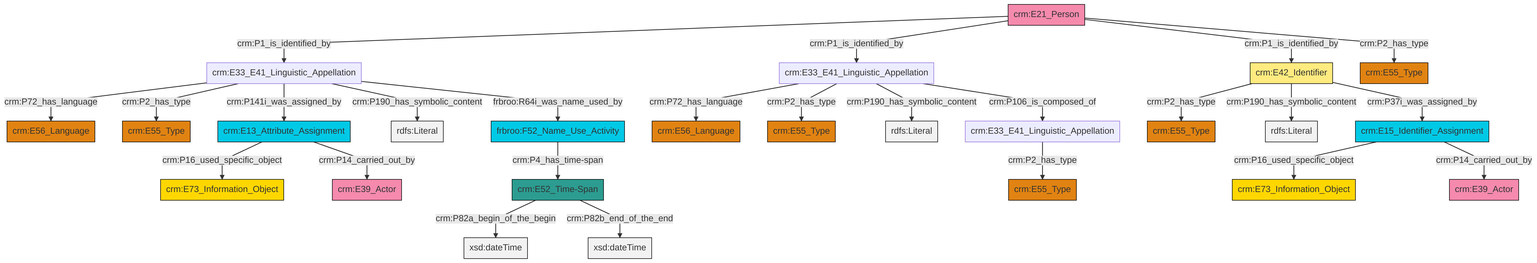
Above: et/personCSV/ttl/mmd/png/Person_Names_and_Classification.png in swiss-art-research-net/reference-data-models (Mermaid), before the change. Its source is kept beside it as et/personCSV/ttl/mmd/Person_Names_and_Classification.ttl.mmd.
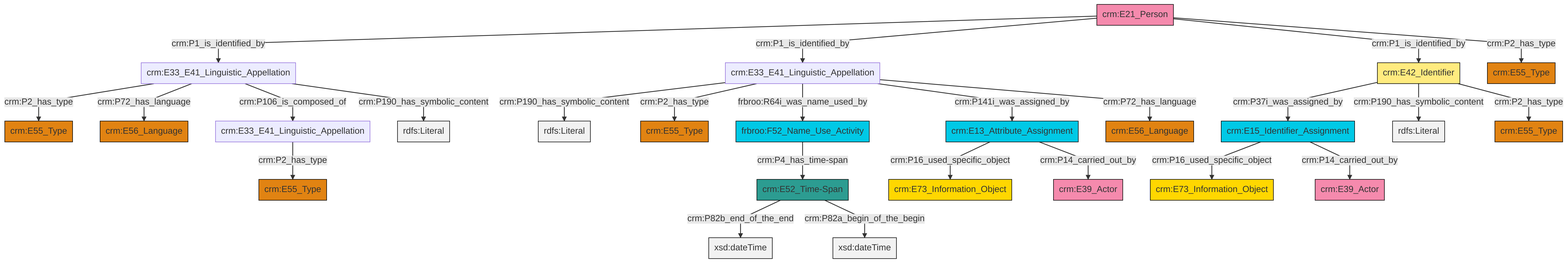
After the commit.

Change to the diagram source:
```diff
@@ -13,27 +13,27 @@
 classDef PC_Classes fill:#4ce600, stroke:#000000;
 classDef Multi fill:#cccccc,stroke:#000000;
 
-2["crm:E33_E41_Linguistic_Appellation"]:::Default -->|crm:P72_has_language| 3["crm:E56_Language"]:::Type
-6["crm:E42_Identifier"]:::Appellation -->|crm:P2_has_type| 7["crm:E55_Type"]:::Type
-8["crm:E13_Attribute_Assignment"]:::Temporal_Entity -->|crm:P16_used_specific_object| 9["crm:E73_Information_Object"]:::Conceptual_Object
-12["crm:E33_E41_Linguistic_Appellation"]:::Default -->|crm:P72_has_language| 10["crm:E56_Language"]:::Type
-13["crm:E21_Person"]:::Actor -->|crm:P1_is_identified_by| 12["crm:E33_E41_Linguistic_Appellation"]:::Default
-8["crm:E13_Attribute_Assignment"]:::Temporal_Entity -->|crm:P14_carried_out_by| 14["crm:E39_Actor"]:::Actor
-2["crm:E33_E41_Linguistic_Appellation"]:::Default -->|crm:P2_has_type| 15["crm:E55_Type"]:::Type
-12["crm:E33_E41_Linguistic_Appellation"]:::Default -->|crm:P2_has_type| 18["crm:E55_Type"]:::Type
-2["crm:E33_E41_Linguistic_Appellation"]:::Default -->|crm:P190_has_symbolic_content| 19[rdfs:Literal]:::Literal
-20["frbroo:F52_Name_Use_Activity"]:::Temporal_Entity -->|crm:P4_has_time-span| 21["crm:E52_Time-Span"]:::Time-Span
-21["crm:E52_Time-Span"]:::Time-Span -->|crm:P82a_begin_of_the_begin| 24[xsd:dateTime]:::Literal
-21["crm:E52_Time-Span"]:::Time-Span -->|crm:P82b_end_of_the_end| 25[xsd:dateTime]:::Literal
-12["crm:E33_E41_Linguistic_Appellation"]:::Default -->|crm:P141i_was_assigned_by| 8["crm:E13_Attribute_Assignment"]:::Temporal_Entity
-27["crm:E33_E41_Linguistic_Appellation"]:::Default -->|crm:P2_has_type| 0["crm:E55_Type"]:::Type
-13["crm:E21_Person"]:::Actor -->|crm:P1_is_identified_by| 2["crm:E33_E41_Linguistic_Appellation"]:::Default
-6["crm:E42_Identifier"]:::Appellation -->|crm:P190_has_symbolic_content| 29[rdfs:Literal]:::Literal
-36["crm:E15_Identifier_Assignment"]:::Temporal_Entity -->|crm:P16_used_specific_object| 22["crm:E73_Information_Object"]:::Conceptual_Object
-12["crm:E33_E41_Linguistic_Appellation"]:::Default -->|crm:P190_has_symbolic_content| 40[rdfs:Literal]:::Literal
-13["crm:E21_Person"]:::Actor -->|crm:P1_is_identified_by| 6["crm:E42_Identifier"]:::Appellation
-6["crm:E42_Identifier"]:::Appellation -->|crm:P37i_was_assigned_by| 36["crm:E15_Identifier_Assignment"]:::Temporal_Entity
-13["crm:E21_Person"]:::Actor -->|crm:P2_has_type| 31["crm:E55_Type"]:::Type
-36["crm:E15_Identifier_Assignment"]:::Temporal_Entity -->|crm:P14_carried_out_by| 4["crm:E39_Actor"]:::Actor
-12["crm:E33_E41_Linguistic_Appellation"]:::Default -->|frbroo:R64i_was_name_used_by| 20["frbroo:F52_Name_Use_Activity"]:::Temporal_Entity
-2["crm:E33_E41_Linguistic_Appellation"]:::Default -->|crm:P106_is_composed_of| 27["crm:E33_E41_Linguistic_Appellation"]:::Default
+2["crm:E33_E41_Linguistic_Appellation"]:::Default -->|crm:P2_has_type| 3["crm:E55_Type"]:::Type
+6["crm:E42_Identifier"]:::Appellation -->|crm:P37i_was_assigned_by| 7["crm:E15_Identifier_Assignment"]:::Temporal_Entity
+7["crm:E15_Identifier_Assignment"]:::Temporal_Entity -->|crm:P16_used_specific_object| 10["crm:E73_Information_Object"]:::Conceptual_Object
+6["crm:E42_Identifier"]:::Appellation -->|crm:P190_has_symbolic_content| 14[rdfs:Literal]:::Literal
+15["crm:E13_Attribute_Assignment"]:::Temporal_Entity -->|crm:P16_used_specific_object| 16["crm:E73_Information_Object"]:::Conceptual_Object
+0["crm:E33_E41_Linguistic_Appellation"]:::Default -->|crm:P2_has_type| 17["crm:E55_Type"]:::Type
+2["crm:E33_E41_Linguistic_Appellation"]:::Default -->|crm:P72_has_language| 4["crm:E56_Language"]:::Type
+18["crm:E21_Person"]:::Actor -->|crm:P1_is_identified_by| 2["crm:E33_E41_Linguistic_Appellation"]:::Default
+7["crm:E15_Identifier_Assignment"]:::Temporal_Entity -->|crm:P14_carried_out_by| 19["crm:E39_Actor"]:::Actor
+21["crm:E33_E41_Linguistic_Appellation"]:::Default -->|crm:P190_has_symbolic_content| 22[rdfs:Literal]:::Literal
+18["crm:E21_Person"]:::Actor -->|crm:P1_is_identified_by| 21["crm:E33_E41_Linguistic_Appellation"]:::Default
+2["crm:E33_E41_Linguistic_Appellation"]:::Default -->|crm:P106_is_composed_of| 0["crm:E33_E41_Linguistic_Appellation"]:::Default
+21["crm:E33_E41_Linguistic_Appellation"]:::Default -->|crm:P2_has_type| 11["crm:E55_Type"]:::Type
+18["crm:E21_Person"]:::Actor -->|crm:P1_is_identified_by| 6["crm:E42_Identifier"]:::Appellation
+31["frbroo:F52_Name_Use_Activity"]:::Temporal_Entity -->|crm:P4_has_time-span| 32["crm:E52_Time-Span"]:::Time-Span
+18["crm:E21_Person"]:::Actor -->|crm:P2_has_type| 23["crm:E55_Type"]:::Type
+6["crm:E42_Identifier"]:::Appellation -->|crm:P2_has_type| 25["crm:E55_Type"]:::Type
+2["crm:E33_E41_Linguistic_Appellation"]:::Default -->|crm:P190_has_symbolic_content| 35[rdfs:Literal]:::Literal
+32["crm:E52_Time-Span"]:::Time-Span -->|crm:P82b_end_of_the_end| 36[xsd:dateTime]:::Literal
+21["crm:E33_E41_Linguistic_Appellation"]:::Default -->|frbroo:R64i_was_name_used_by| 31["frbroo:F52_Name_Use_Activity"]:::Temporal_Entity
+21["crm:E33_E41_Linguistic_Appellation"]:::Default -->|crm:P141i_was_assigned_by| 15["crm:E13_Attribute_Assignment"]:::Temporal_Entity
+32["crm:E52_Time-Span"]:::Time-Span -->|crm:P82a_begin_of_the_begin| 38[xsd:dateTime]:::Literal
+21["crm:E33_E41_Linguistic_Appellation"]:::Default -->|crm:P72_has_language| 8["crm:E56_Language"]:::Type
+15["crm:E13_Attribute_Assignment"]:::Temporal_Entity -->|crm:P14_carried_out_by| 40["crm:E39_Actor"]:::Actor
```
